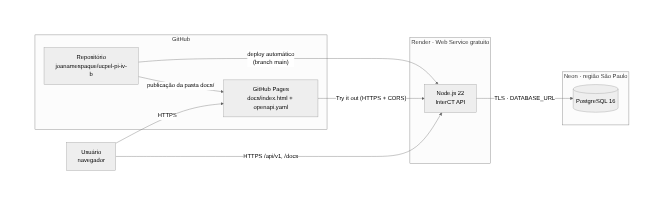
joanamespaque/ucpel-pi-iv-b keeps this Mermaid diagram as docs/diagramas/02-implantacao.png. Above is the earlier version. Its source is kept beside it as docs/diagramas/02-implantacao.mmd.
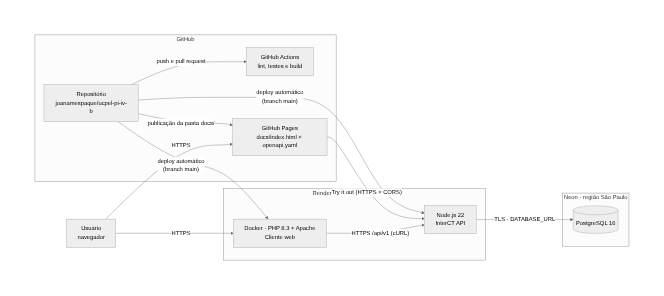
The same diagram one commit later.

Commit message:
docs(diagramas): atualiza arquitetura, implantação e casos de uso e inclui o cliente web

The edit, as a diff of the source:
```diff
@@ -2,17 +2,22 @@
   U["Usuário<br/>navegador"]
   subgraph GH["GitHub"]
     REPO["Repositório<br/>joanamespaque/ucpel-pi-iv-b"]
+    GA["GitHub Actions<br/>lint, testes e build"]
     PAGES["GitHub Pages<br/>docs/index.html + openapi.yaml"]
   end
-  subgraph RENDER["Render · Web Service gratuito"]
+  subgraph RENDER["Render · Web Services gratuitos"]
+    WEB["Docker · PHP 8.3 + Apache<br/>Cliente web"]
     NODE["Node.js 22<br/>InterCT API"]
   end
   subgraph NEON["Neon · região São Paulo"]
     PG[("PostgreSQL 16")]
   end
+  REPO -- "push e pull request" --> GA
   REPO -- "deploy automático<br/>(branch main)" --> NODE
+  REPO -- "deploy automático<br/>(branch main)" --> WEB
   REPO -- "publicação da pasta docs/" --> PAGES
+  U -- "HTTPS" --> WEB
   U -- "HTTPS" --> PAGES
-  U -- "HTTPS /api/v1, /docs" --> NODE
   PAGES -- "Try it out (HTTPS + CORS)" --> NODE
+  WEB -- "HTTPS /api/v1 (cURL)" --> NODE
   NODE -- "TLS · DATABASE_URL" --> PG
```
